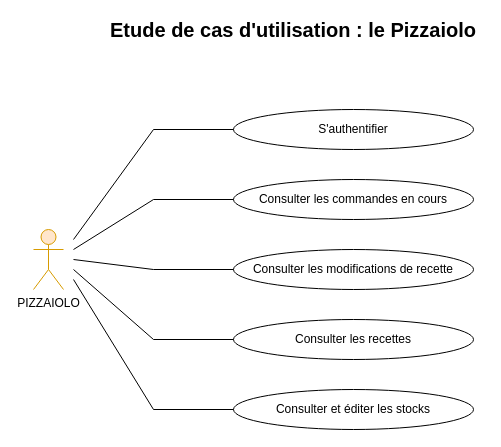
Earlier version of the draw.io diagram Pizzaiolo.drawio (OMorlotti/P4-analyser-les-besoin-de-mon-client-pour-son-groupe-de-pizzerias). Source tidied: cells renumbered, new cells numbered last; positions are measured from the earlier drawing's top-left corner, leaving out a move shared by most shapes. Both pictures are drawn from the tidied source at 100%, with x=0, y=0 at pixel (33, 19).
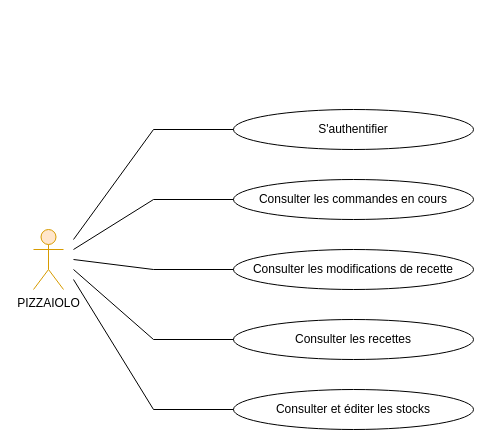
The same diagram, later.

What changed in the source:
```diff
@@
-    <mxCell id="18" value="&lt;b style=&quot;font-size: 20px&quot;&gt;Etude de cas d'utilisation : le Pizzaiolo&lt;/b&gt;" style="text;html=1;strokeColor=none;fillColor=none;align=center;verticalAlign=middle;whiteSpace=wrap;rounded=0;" parent="1" vertex="1">
-      <mxGeometry x="70" width="380" height="20" as="geometry" />
-    </mxCell>
```
